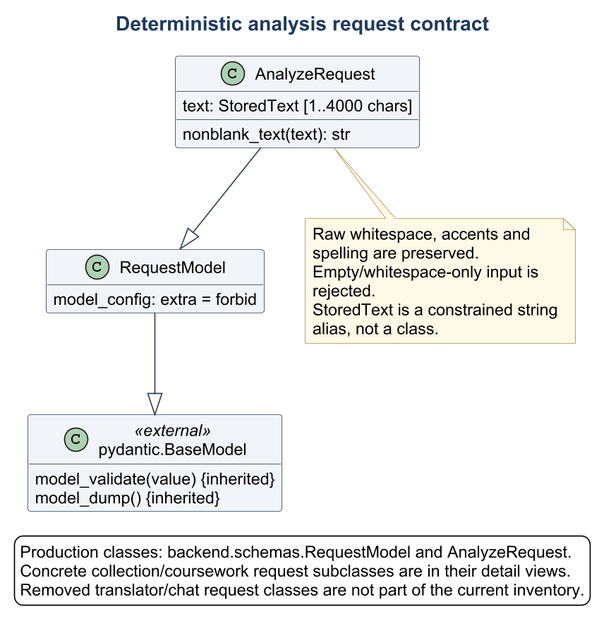
Earlier version of the PlantUML export docs/diagrams/class-api-requests.png (Suraku237/francanglaiscompiler). The source it was exported from:
```plantuml
@startuml
!include theme.iuml
title Deterministic analysis request contract
hide empty members
class "pydantic.BaseModel" as BaseModel <<external>> {
  model_validate(value) {inherited}
  model_dump() {inherited}
}
class RequestModel {
  model_config: extra = forbid
}
class AnalyzeRequest {
  text: StoredText [1..4000 chars]
  nonblank_text(text): str
}
RequestModel --|> BaseModel
AnalyzeRequest --|> RequestModel
note bottom of AnalyzeRequest
  Raw whitespace, accents and spelling are preserved.
  Empty/whitespace-only input is rejected.
  StoredText is a constrained string alias, not a class.
end note
legend bottom
  Production classes: backend.schemas.RequestModel and AnalyzeRequest.
  Concrete collection/coursework request subclasses are in their detail views.
  Removed translator/chat request classes are not part of the current inventory.
endlegend
@enduml
```
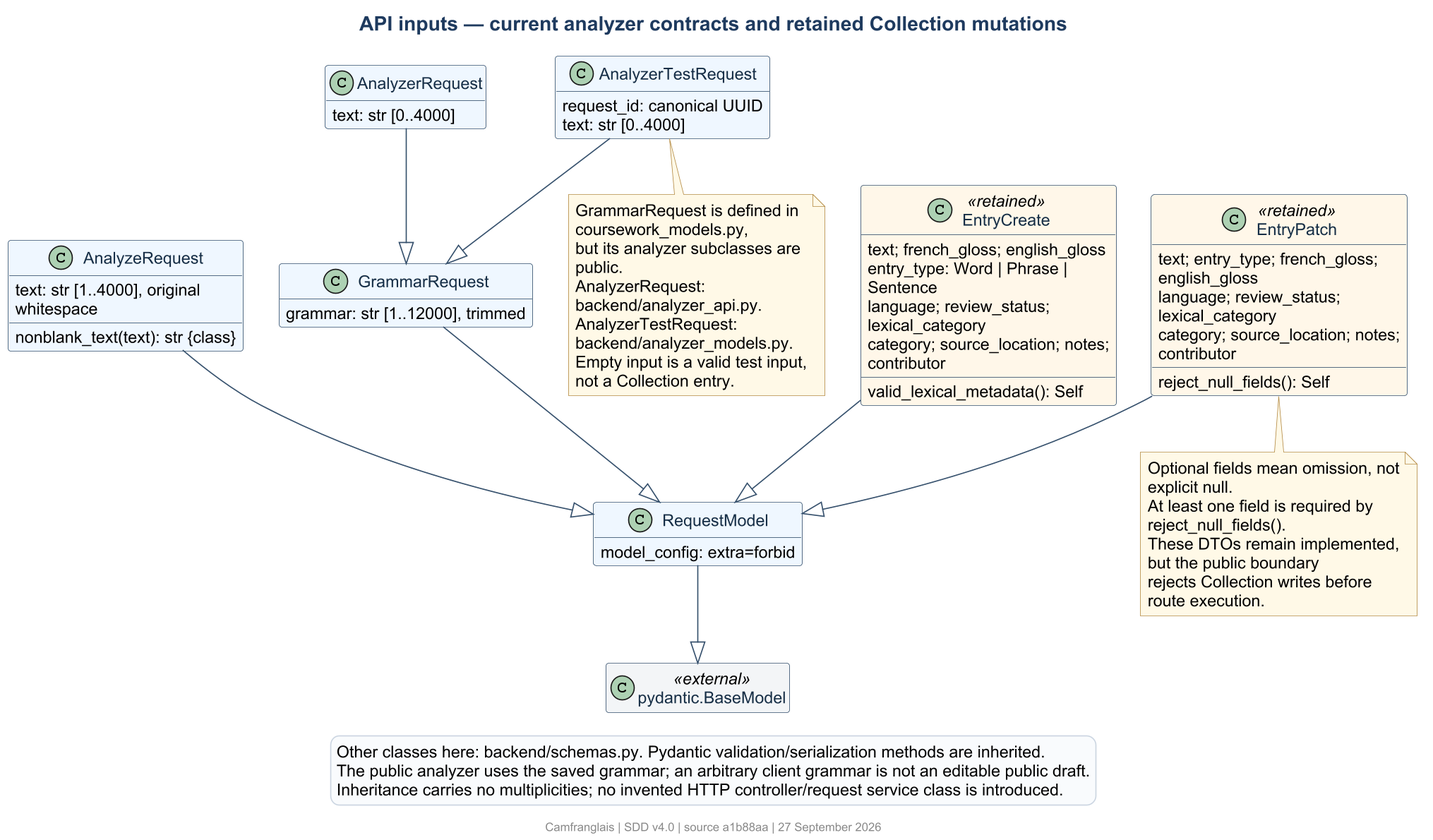
Later version of the same file.

The edit, as a diff of the source:
```diff
@@ -1,28 +1,61 @@
 @startuml
 !include theme.iuml
-title Deterministic analysis request contract
+title API inputs — current analyzer contracts and retained Collection mutations
 hide empty members
-class "pydantic.BaseModel" as BaseModel <<external>> {
-  model_validate(value) {inherited}
-  model_dump() {inherited}
-}
+class "pydantic.BaseModel" as BaseModel <<external>>
 class RequestModel {
-  model_config: extra = forbid
+  model_config: extra=forbid
 }
 class AnalyzeRequest {
-  text: StoredText [1..4000 chars]
-  nonblank_text(text): str
+  text: str [1..4000], original whitespace
+  nonblank_text(text): str {class}
+}
+class GrammarRequest {
+  grammar: str [1..12000], trimmed
+}
+class AnalyzerRequest {
+  text: str [0..4000]
+}
+class AnalyzerTestRequest {
+  request_id: canonical UUID
+  text: str [0..4000]
+}
+class EntryCreate <<retained>> {
+  text; french_gloss; english_gloss
+  entry_type: Word | Phrase | Sentence
+  language; review_status; lexical_category
+  category; source_location; notes; contributor
+  valid_lexical_metadata(): Self
+}
+class EntryPatch <<retained>> {
+  text; entry_type; french_gloss; english_gloss
+  language; review_status; lexical_category
+  category; source_location; notes; contributor
+  reject_null_fields(): Self
 }
 RequestModel --|> BaseModel
 AnalyzeRequest --|> RequestModel
-note bottom of AnalyzeRequest
-  Raw whitespace, accents and spelling are preserved.
-  Empty/whitespace-only input is rejected.
-  StoredText is a constrained string alias, not a class.
+GrammarRequest --|> RequestModel
+AnalyzerRequest --|> GrammarRequest
+AnalyzerTestRequest --|> GrammarRequest
+EntryCreate --|> RequestModel
+EntryPatch --|> RequestModel
+note bottom of AnalyzerTestRequest
+  GrammarRequest is defined in coursework_models.py,
+  but its analyzer subclasses are public.
+  AnalyzerRequest: backend/analyzer_api.py.
+  AnalyzerTestRequest: backend/analyzer_models.py.
+  Empty input is a valid test input, not a Collection entry.
+end note
+note bottom of EntryPatch
+  Optional fields mean omission, not explicit null.
+  At least one field is required by reject_null_fields().
+  These DTOs remain implemented, but the public boundary
+  rejects Collection writes before route execution.
 end note
 legend bottom
-  Production classes: backend.schemas.RequestModel and AnalyzeRequest.
-  Concrete collection/coursework request subclasses are in their detail views.
-  Removed translator/chat request classes are not part of the current inventory.
+  Other classes here: backend/schemas.py. Pydantic validation/serialization methods are inherited.
+  The public analyzer uses the saved grammar; an arbitrary client grammar is not an editable public draft.
+  Inheritance carries no multiplicities; no invented HTTP controller/request service class is introduced.
 endlegend
 @enduml
```
